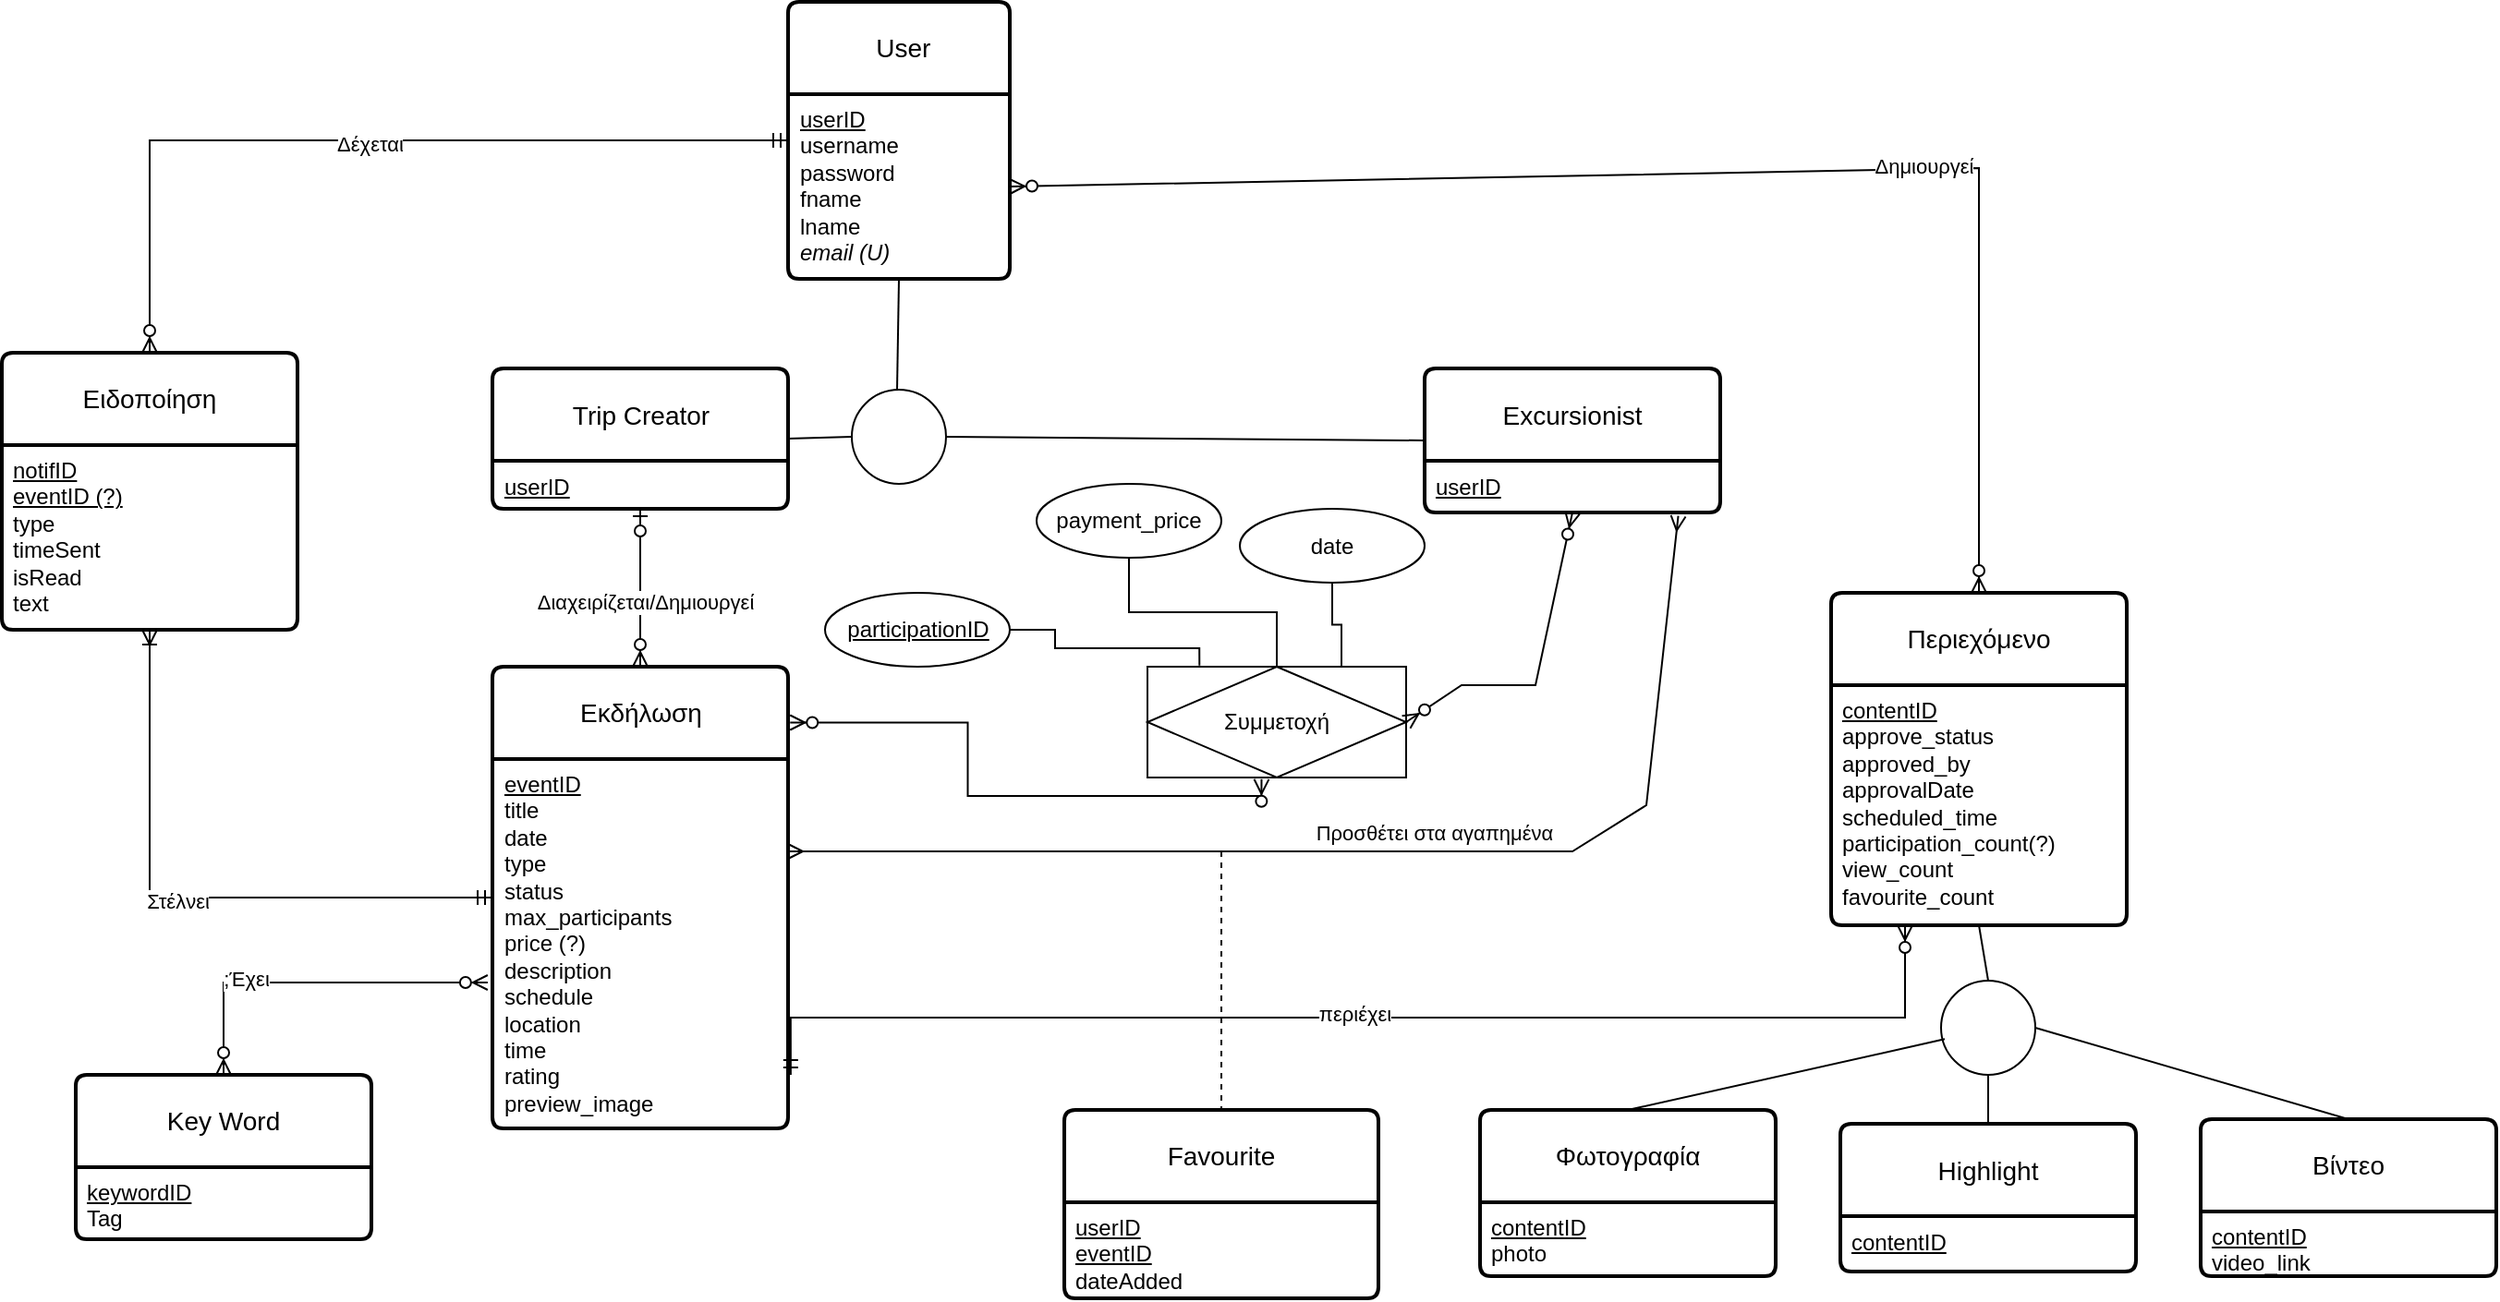
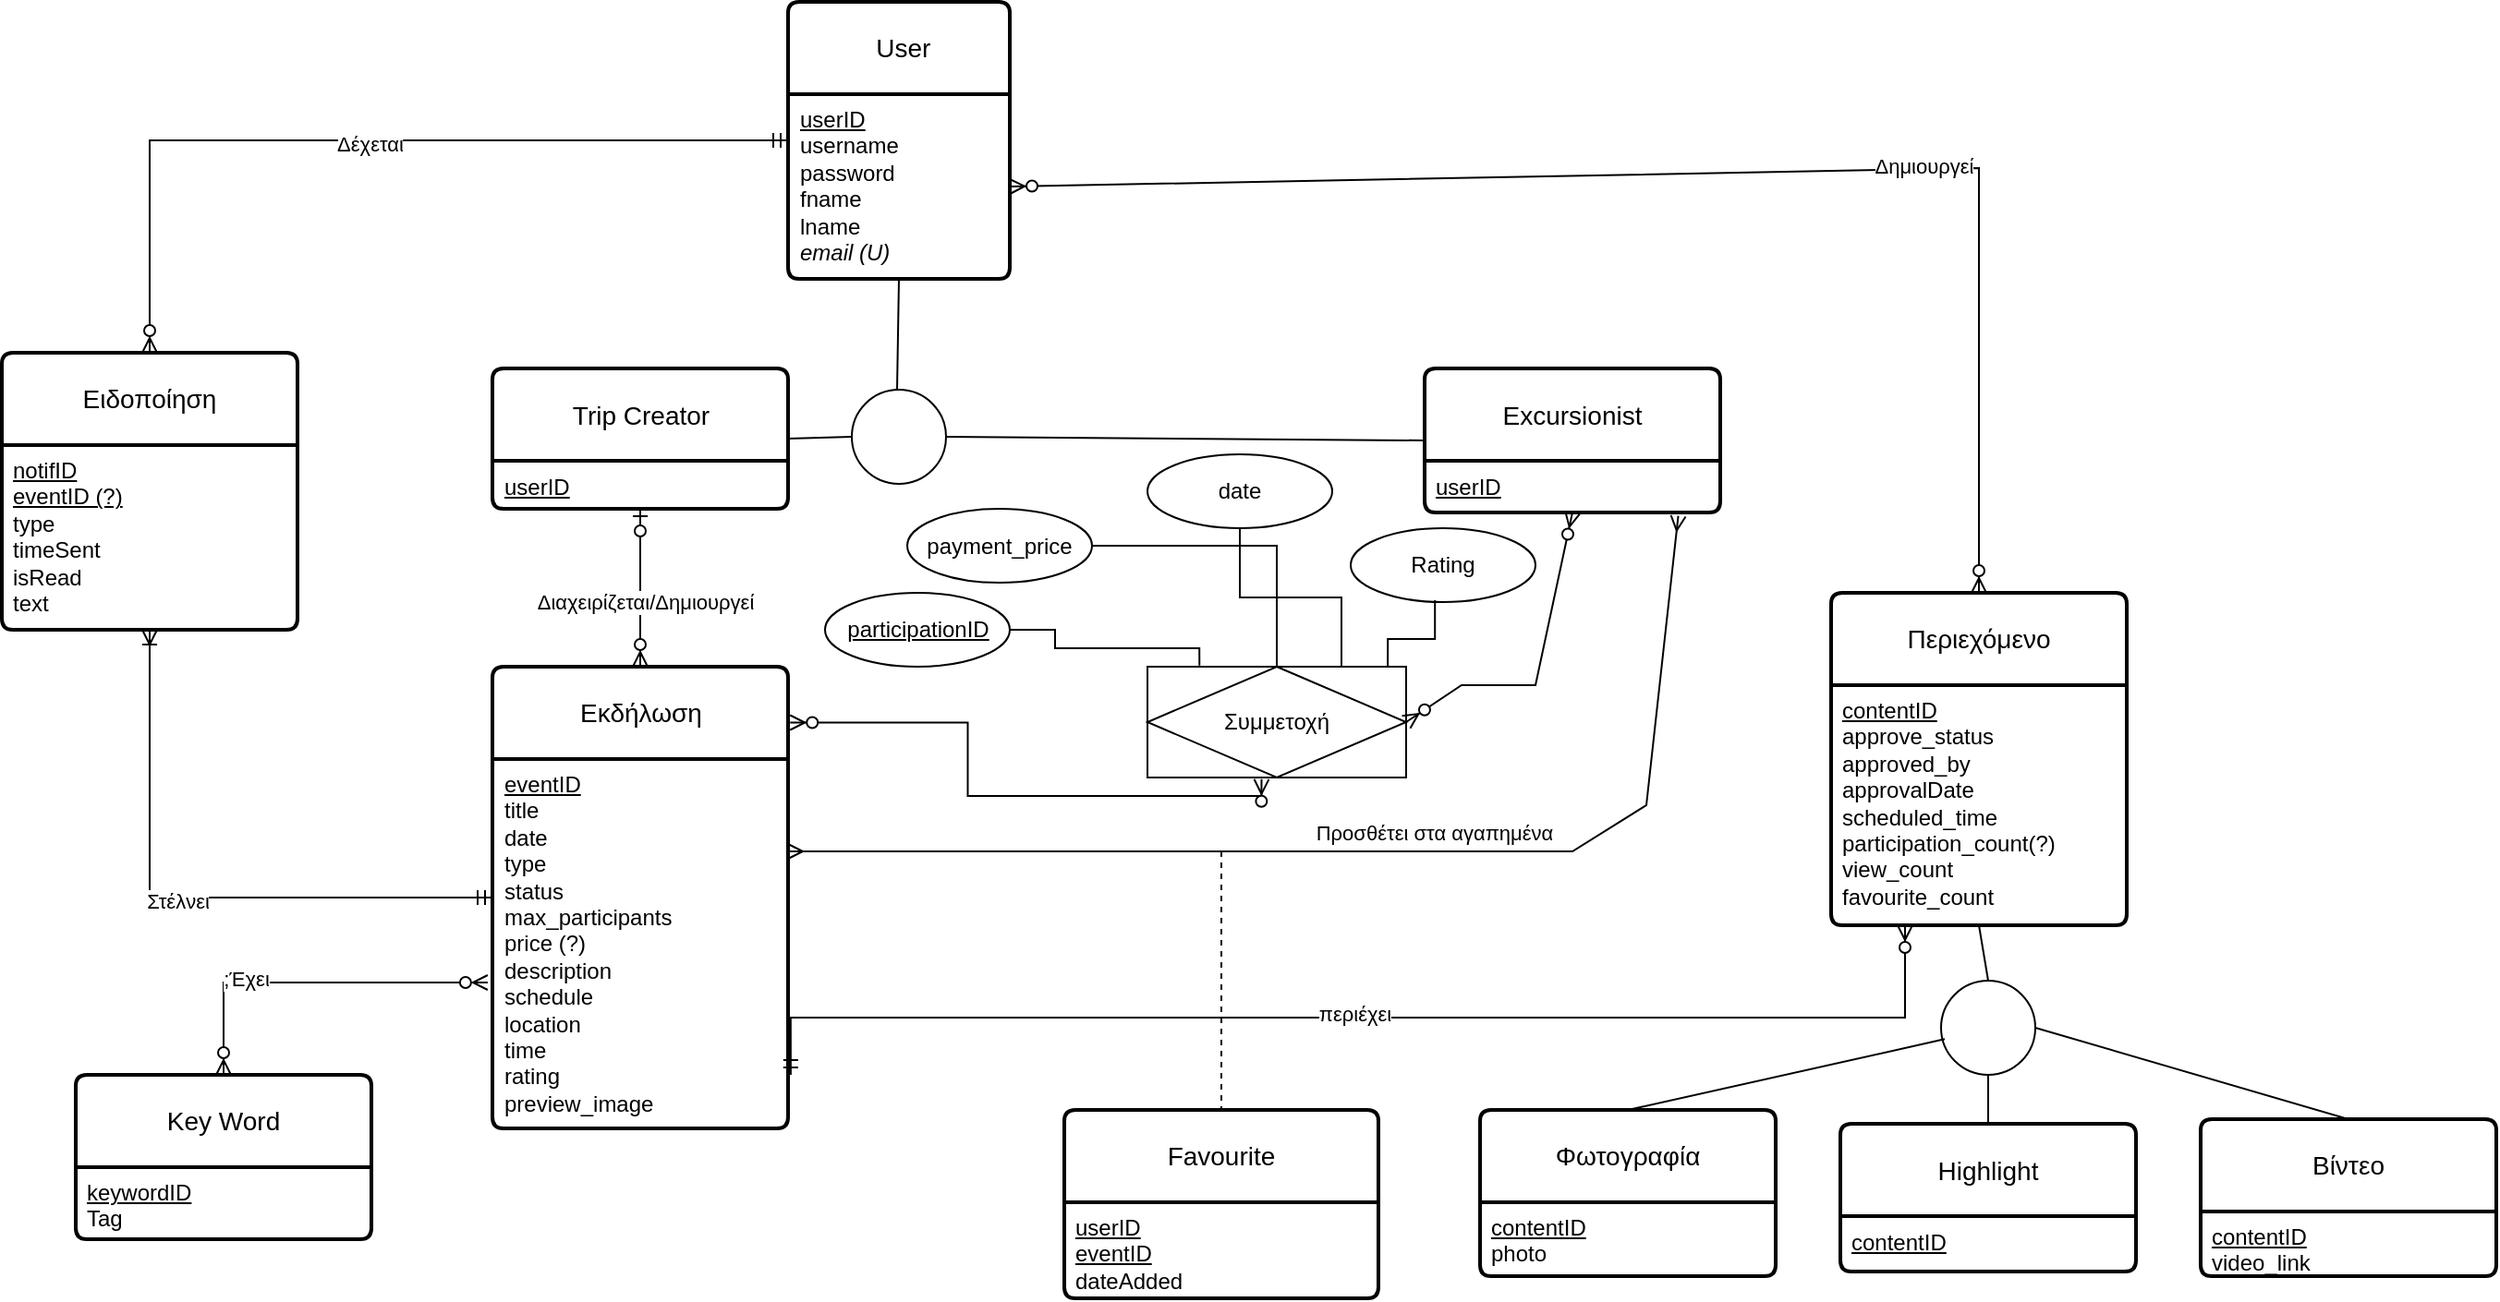
<mxfile host="app.diagrams.net">
  <diagram name="Page-1" id="q53p9GUQuWoW1YKivlUk">
-     <mxGraphModel dx="2550" dy="1652" grid="1" gridSize="10" guides="1" tooltips="1" connect="1" arrows="1" fold="1" page="1" pageScale="1" pageWidth="1169" pageHeight="827" background="none" math="0" shadow="0">
+     <mxGraphModel dx="3142" dy="2006" grid="1" gridSize="10" guides="1" tooltips="1" connect="1" arrows="1" fold="1" page="1" pageScale="1" pageWidth="1169" pageHeight="827" background="none" math="0" shadow="0">
      <root>
        <mxCell id="0" />
        <mxCell id="1" parent="0" />
        <mxCell id="v5uksEQKzkd4TbBIS9ur-1" parent="1" style="swimlane;childLayout=stackLayout;horizontal=1;startSize=50;horizontalStack=0;rounded=1;fontSize=14;fontStyle=0;strokeWidth=2;resizeParent=0;resizeLast=1;shadow=0;dashed=0;align=center;arcSize=4;whiteSpace=wrap;html=1;" value="&amp;nbsp;User" vertex="1">
          <mxGeometry height="150" width="120" x="165.5" y="-180" as="geometry">
            <mxRectangle height="50" width="80" x="200" y="480" as="alternateBounds" />
          </mxGeometry>
        </mxCell>
        <mxCell id="v5uksEQKzkd4TbBIS9ur-2" parent="v5uksEQKzkd4TbBIS9ur-1" style="align=left;strokeColor=none;fillColor=none;spacingLeft=4;spacingRight=4;fontSize=12;verticalAlign=top;resizable=0;rotatable=0;part=1;html=1;whiteSpace=wrap;" value="&lt;div&gt;&lt;u&gt;userID&lt;/u&gt;&lt;/div&gt;username&lt;div&gt;password&lt;/div&gt;&lt;div&gt;fname&lt;/div&gt;&lt;div&gt;lname&lt;/div&gt;&lt;div&gt;&lt;i&gt;email (U)&lt;/i&gt;&lt;/div&gt;" vertex="1">
          <mxGeometry height="100" width="120" y="50" as="geometry" />
        </mxCell>
        <mxCell id="v5uksEQKzkd4TbBIS9ur-9" parent="1" style="swimlane;childLayout=stackLayout;horizontal=1;startSize=50;horizontalStack=0;rounded=1;fontSize=14;fontStyle=0;strokeWidth=2;resizeParent=0;resizeLast=1;shadow=0;dashed=0;align=center;arcSize=4;whiteSpace=wrap;html=1;" value="Trip Creator" vertex="1">
          <mxGeometry height="76" width="160" x="5.5" y="18.5" as="geometry">
            <mxRectangle height="50" width="80" x="200" y="480" as="alternateBounds" />
          </mxGeometry>
        </mxCell>
        <mxCell id="v5uksEQKzkd4TbBIS9ur-10" parent="v5uksEQKzkd4TbBIS9ur-9" style="align=left;strokeColor=none;fillColor=none;spacingLeft=4;spacingRight=4;fontSize=12;verticalAlign=top;resizable=0;rotatable=0;part=1;html=1;whiteSpace=wrap;" value="&lt;u&gt;userID&lt;/u&gt;" vertex="1">
          <mxGeometry height="26" width="160" y="50" as="geometry" />
        </mxCell>
        <mxCell id="v5uksEQKzkd4TbBIS9ur-4" parent="1" style="ellipse;whiteSpace=wrap;html=1;aspect=fixed;" value="" vertex="1">
          <mxGeometry height="51" width="51" x="200" y="30" as="geometry" />
        </mxCell>
        <mxCell id="v5uksEQKzkd4TbBIS9ur-5" edge="1" parent="1" source="v5uksEQKzkd4TbBIS9ur-9" style="endArrow=none;html=1;rounded=0;exitX=1;exitY=0.5;exitDx=0;exitDy=0;entryX=0;entryY=0.5;entryDx=0;entryDy=0;" target="v5uksEQKzkd4TbBIS9ur-4" value="">
          <mxGeometry height="50" relative="1" width="50" as="geometry">
            <mxPoint x="157" y="122" as="sourcePoint" />
            <mxPoint x="207" y="72" as="targetPoint" />
          </mxGeometry>
        </mxCell>
        <mxCell id="v5uksEQKzkd4TbBIS9ur-6" edge="1" parent="1" source="v5uksEQKzkd4TbBIS9ur-15" style="endArrow=none;html=1;rounded=0;exitX=0;exitY=0.5;exitDx=0;exitDy=0;entryX=1;entryY=0.5;entryDx=0;entryDy=0;" target="v5uksEQKzkd4TbBIS9ur-4" value="">
          <mxGeometry height="50" relative="1" width="50" as="geometry">
            <mxPoint x="292" y="124" as="sourcePoint" />
            <mxPoint x="244" y="72" as="targetPoint" />
          </mxGeometry>
        </mxCell>
        <mxCell id="v5uksEQKzkd4TbBIS9ur-7" edge="1" parent="1" style="endArrow=none;html=1;rounded=0;entryX=0.5;entryY=1;entryDx=0;entryDy=0;" target="v5uksEQKzkd4TbBIS9ur-2" value="">
          <mxGeometry height="50" relative="1" width="50" as="geometry">
            <mxPoint x="224.5" y="30" as="sourcePoint" />
            <mxPoint x="224" y="20" as="targetPoint" />
          </mxGeometry>
        </mxCell>
        <mxCell id="v5uksEQKzkd4TbBIS9ur-15" parent="1" style="swimlane;childLayout=stackLayout;horizontal=1;startSize=50;horizontalStack=0;rounded=1;fontSize=14;fontStyle=0;strokeWidth=2;resizeParent=0;resizeLast=1;shadow=0;dashed=0;align=center;arcSize=4;whiteSpace=wrap;html=1;" value="Excursionist" vertex="1">
          <mxGeometry height="78" width="160" x="510" y="18.5" as="geometry">
            <mxRectangle height="50" width="80" x="200" y="480" as="alternateBounds" />
          </mxGeometry>
        </mxCell>
        <mxCell id="v5uksEQKzkd4TbBIS9ur-16" parent="v5uksEQKzkd4TbBIS9ur-15" style="align=left;strokeColor=none;fillColor=none;spacingLeft=4;spacingRight=4;fontSize=12;verticalAlign=top;resizable=0;rotatable=0;part=1;html=1;whiteSpace=wrap;" value="&lt;u&gt;userID&lt;/u&gt;" vertex="1">
          <mxGeometry height="28" width="160" y="50" as="geometry" />
        </mxCell>
        <mxCell id="v5uksEQKzkd4TbBIS9ur-21" edge="1" parent="1" source="v5uksEQKzkd4TbBIS9ur-10" style="fontSize=12;html=1;endArrow=ERzeroToMany;startArrow=ERzeroToOne;rounded=0;exitX=0.5;exitY=1;exitDx=0;exitDy=0;entryX=0.5;entryY=0;entryDx=0;entryDy=0;" target="v5uksEQKzkd4TbBIS9ur-34" value="">
          <mxGeometry height="100" relative="1" width="100" as="geometry">
            <Array as="points" />
            <mxPoint x="130" y="290" as="sourcePoint" />
            <mxPoint x="120" y="340" as="targetPoint" />
          </mxGeometry>
        </mxCell>
        <mxCell id="v5uksEQKzkd4TbBIS9ur-36" connectable="0" parent="v5uksEQKzkd4TbBIS9ur-21" style="edgeLabel;html=1;align=center;verticalAlign=middle;resizable=0;points=[];" value="Διαχειρίζεται/Δημιουργεί" vertex="1">
          <mxGeometry relative="1" x="0.1778" y="2" as="geometry">
            <mxPoint as="offset" />
          </mxGeometry>
        </mxCell>
        <mxCell id="v5uksEQKzkd4TbBIS9ur-34" parent="1" style="swimlane;childLayout=stackLayout;horizontal=1;startSize=50;horizontalStack=0;rounded=1;fontSize=14;fontStyle=0;strokeWidth=2;resizeParent=0;resizeLast=1;shadow=0;dashed=0;align=center;arcSize=4;whiteSpace=wrap;html=1;" value="Εκδήλωση" vertex="1">
          <mxGeometry height="250" width="160" x="5.5" y="180" as="geometry">
            <mxRectangle height="50" width="80" x="200" y="480" as="alternateBounds" />
          </mxGeometry>
        </mxCell>
        <mxCell id="v5uksEQKzkd4TbBIS9ur-35" parent="v5uksEQKzkd4TbBIS9ur-34" style="align=left;strokeColor=none;fillColor=none;spacingLeft=4;spacingRight=4;fontSize=12;verticalAlign=top;resizable=0;rotatable=0;part=1;html=1;whiteSpace=wrap;" value="&lt;u&gt;eventID&lt;br&gt;&lt;/u&gt;title&lt;br&gt;date&lt;div&gt;type&lt;/div&gt;&lt;div&gt;status&lt;/div&gt;&lt;div&gt;max_participants&lt;/div&gt;&lt;div&gt;price (?)&lt;/div&gt;&lt;div&gt;description&lt;/div&gt;&lt;div&gt;schedule&lt;/div&gt;&lt;div&gt;location&lt;/div&gt;&lt;div&gt;time&lt;/div&gt;&lt;div&gt;rating&lt;/div&gt;&lt;div&gt;preview_image&lt;/div&gt;" vertex="1">
          <mxGeometry height="200" width="160" y="50" as="geometry" />
        </mxCell>
        <mxCell id="v5uksEQKzkd4TbBIS9ur-42" edge="1" parent="1" source="v5uksEQKzkd4TbBIS9ur-35" style="fontSize=12;html=1;endArrow=ERmany;startArrow=ERmany;rounded=0;entryX=0.858;entryY=1.066;entryDx=0;entryDy=0;entryPerimeter=0;exitX=1;exitY=0.25;exitDx=0;exitDy=0;" target="v5uksEQKzkd4TbBIS9ur-16" value="">
          <mxGeometry height="100" relative="1" width="100" as="geometry">
            <Array as="points">
              <mxPoint x="590" y="280" />
              <mxPoint x="630" y="255" />
            </Array>
            <mxPoint x="510" y="255" as="sourcePoint" />
            <mxPoint x="320" y="250" as="targetPoint" />
          </mxGeometry>
        </mxCell>
        <mxCell id="v5uksEQKzkd4TbBIS9ur-79" connectable="0" parent="v5uksEQKzkd4TbBIS9ur-42" style="edgeLabel;html=1;align=center;verticalAlign=middle;resizable=0;points=[];" value="Προσθέτει στα αγαπημένα" vertex="1">
          <mxGeometry relative="1" x="0.1567" y="2" as="geometry">
            <mxPoint x="-15" y="-8" as="offset" />
          </mxGeometry>
        </mxCell>
        <mxCell id="v5uksEQKzkd4TbBIS9ur-47" parent="1" style="shape=associativeEntity;whiteSpace=wrap;html=1;align=center;" value="Συμμετοχή" vertex="1">
          <mxGeometry height="60" width="140" x="360" y="180" as="geometry" />
        </mxCell>
        <mxCell id="v5uksEQKzkd4TbBIS9ur-48" edge="1" parent="1" source="v5uksEQKzkd4TbBIS9ur-47" style="fontSize=12;html=1;endArrow=ERzeroToMany;endFill=1;startArrow=ERzeroToMany;rounded=0;entryX=0.5;entryY=1;entryDx=0;entryDy=0;exitX=1;exitY=0.5;exitDx=0;exitDy=0;" target="v5uksEQKzkd4TbBIS9ur-16" value="">
          <mxGeometry height="100" relative="1" width="100" as="geometry">
            <Array as="points">
              <mxPoint x="530" y="190" />
              <mxPoint x="570" y="190" />
            </Array>
            <mxPoint x="180" y="360" as="sourcePoint" />
            <mxPoint x="280" y="260" as="targetPoint" />
          </mxGeometry>
        </mxCell>
        <mxCell id="v5uksEQKzkd4TbBIS9ur-49" edge="1" parent="1" source="v5uksEQKzkd4TbBIS9ur-34" style="edgeStyle=orthogonalEdgeStyle;fontSize=12;html=1;endArrow=ERzeroToMany;endFill=1;startArrow=ERzeroToMany;rounded=0;elbow=vertical;strokeColor=default;entryX=0.441;entryY=1.015;entryDx=0;entryDy=0;entryPerimeter=0;exitX=1.007;exitY=0.121;exitDx=0;exitDy=0;exitPerimeter=0;" target="v5uksEQKzkd4TbBIS9ur-47" value="">
          <mxGeometry height="100" relative="1" width="100" as="geometry">
            <mxPoint x="199.9999999999999" y="409.20000000000005" as="sourcePoint" />
            <mxPoint x="310" y="330" as="targetPoint" />
          </mxGeometry>
        </mxCell>
        <mxCell id="v5uksEQKzkd4TbBIS9ur-51" parent="1" style="swimlane;childLayout=stackLayout;horizontal=1;startSize=50;horizontalStack=0;rounded=1;fontSize=14;fontStyle=0;strokeWidth=2;resizeParent=0;resizeLast=1;shadow=0;dashed=0;align=center;arcSize=4;whiteSpace=wrap;html=1;" value="Περιεχόμενο" vertex="1">
          <mxGeometry height="180" width="160" x="730" y="140" as="geometry">
            <mxRectangle height="50" width="80" x="200" y="480" as="alternateBounds" />
          </mxGeometry>
        </mxCell>
        <mxCell id="v5uksEQKzkd4TbBIS9ur-52" parent="v5uksEQKzkd4TbBIS9ur-51" style="align=left;strokeColor=none;fillColor=none;spacingLeft=4;spacingRight=4;fontSize=12;verticalAlign=top;resizable=0;rotatable=0;part=1;html=1;whiteSpace=wrap;" value="&lt;u&gt;contentID&lt;/u&gt;&lt;div&gt;approve_status&lt;/div&gt;&lt;div&gt;approved_by&lt;/div&gt;&lt;div&gt;approvalDate&lt;br&gt;&lt;div&gt;scheduled_time&lt;/div&gt;&lt;div&gt;participation_count(?)&lt;/div&gt;&lt;div&gt;view_count&lt;/div&gt;&lt;div&gt;favourite_count&lt;/div&gt;&lt;/div&gt;" vertex="1">
          <mxGeometry height="130" width="160" y="50" as="geometry" />
        </mxCell>
        <mxCell id="v5uksEQKzkd4TbBIS9ur-55" parent="1" style="ellipse;whiteSpace=wrap;html=1;aspect=fixed;" value="" vertex="1">
          <mxGeometry height="51" width="51" x="789.5" y="350" as="geometry" />
        </mxCell>
        <mxCell id="v5uksEQKzkd4TbBIS9ur-56" edge="1" parent="1" source="v5uksEQKzkd4TbBIS9ur-60" style="endArrow=none;html=1;rounded=0;exitX=0.5;exitY=0;exitDx=0;exitDy=0;entryX=0.039;entryY=0.621;entryDx=0;entryDy=0;entryPerimeter=0;" target="v5uksEQKzkd4TbBIS9ur-55" value="">
          <mxGeometry height="50" relative="1" width="50" as="geometry">
            <mxPoint x="751" y="442" as="sourcePoint" />
            <mxPoint x="801" y="392" as="targetPoint" />
          </mxGeometry>
        </mxCell>
        <mxCell id="v5uksEQKzkd4TbBIS9ur-57" edge="1" parent="1" source="v5uksEQKzkd4TbBIS9ur-68" style="endArrow=none;html=1;rounded=0;exitX=0.5;exitY=0;exitDx=0;exitDy=0;entryX=1;entryY=0.5;entryDx=0;entryDy=0;" target="v5uksEQKzkd4TbBIS9ur-55" value="">
          <mxGeometry height="50" relative="1" width="50" as="geometry">
            <mxPoint x="960" y="410" as="sourcePoint" />
            <mxPoint x="838" y="392" as="targetPoint" />
          </mxGeometry>
        </mxCell>
        <mxCell id="v5uksEQKzkd4TbBIS9ur-58" edge="1" parent="1" source="v5uksEQKzkd4TbBIS9ur-55" style="endArrow=none;html=1;rounded=0;entryX=0.5;entryY=1;entryDx=0;entryDy=0;exitX=0.5;exitY=0;exitDx=0;exitDy=0;" target="v5uksEQKzkd4TbBIS9ur-52" value="">
          <mxGeometry height="50" relative="1" width="50" as="geometry">
            <mxPoint x="320" y="480" as="sourcePoint" />
            <mxPoint x="319" y="450" as="targetPoint" />
          </mxGeometry>
        </mxCell>
        <mxCell id="v5uksEQKzkd4TbBIS9ur-60" parent="1" style="swimlane;childLayout=stackLayout;horizontal=1;startSize=50;horizontalStack=0;rounded=1;fontSize=14;fontStyle=0;strokeWidth=2;resizeParent=0;resizeLast=1;shadow=0;dashed=0;align=center;arcSize=4;whiteSpace=wrap;html=1;" value="Φωτογραφία" vertex="1">
          <mxGeometry height="90" width="160" x="540" y="420" as="geometry">
            <mxRectangle height="50" width="80" x="200" y="480" as="alternateBounds" />
          </mxGeometry>
        </mxCell>
        <mxCell id="v5uksEQKzkd4TbBIS9ur-61" parent="v5uksEQKzkd4TbBIS9ur-60" style="align=left;strokeColor=none;fillColor=none;spacingLeft=4;spacingRight=4;fontSize=12;verticalAlign=top;resizable=0;rotatable=0;part=1;html=1;whiteSpace=wrap;" value="&lt;u&gt;contentID&lt;/u&gt;&lt;br&gt;photo&lt;div&gt;&lt;br/&gt;&lt;/div&gt;" vertex="1">
          <mxGeometry height="40" width="160" y="50" as="geometry" />
        </mxCell>
        <mxCell id="v5uksEQKzkd4TbBIS9ur-62" parent="1" style="swimlane;childLayout=stackLayout;horizontal=1;startSize=50;horizontalStack=0;rounded=1;fontSize=14;fontStyle=0;strokeWidth=2;resizeParent=0;resizeLast=1;shadow=0;dashed=0;align=center;arcSize=4;whiteSpace=wrap;html=1;" value="Highlight" vertex="1">
          <mxGeometry height="80" width="160" x="735" y="427.5" as="geometry">
            <mxRectangle height="50" width="80" x="200" y="480" as="alternateBounds" />
          </mxGeometry>
        </mxCell>
        <mxCell id="v5uksEQKzkd4TbBIS9ur-63" parent="v5uksEQKzkd4TbBIS9ur-62" style="align=left;strokeColor=none;fillColor=none;spacingLeft=4;spacingRight=4;fontSize=12;verticalAlign=top;resizable=0;rotatable=0;part=1;html=1;whiteSpace=wrap;" value="&lt;u&gt;contentID&lt;/u&gt;" vertex="1">
          <mxGeometry height="30" width="160" y="50" as="geometry" />
        </mxCell>
        <mxCell id="v5uksEQKzkd4TbBIS9ur-66" edge="1" parent="1" source="v5uksEQKzkd4TbBIS9ur-62" style="endArrow=none;html=1;rounded=0;exitX=0.5;exitY=0;exitDx=0;exitDy=0;entryX=0.5;entryY=1;entryDx=0;entryDy=0;" target="v5uksEQKzkd4TbBIS9ur-55" value="">
          <mxGeometry height="50" relative="1" width="50" as="geometry">
            <mxPoint x="840" y="428" as="sourcePoint" />
            <mxPoint x="1021" y="400" as="targetPoint" />
          </mxGeometry>
        </mxCell>
        <mxCell id="v5uksEQKzkd4TbBIS9ur-68" parent="1" style="swimlane;childLayout=stackLayout;horizontal=1;startSize=50;horizontalStack=0;rounded=1;fontSize=14;fontStyle=0;strokeWidth=2;resizeParent=0;resizeLast=1;shadow=0;dashed=0;align=center;arcSize=4;whiteSpace=wrap;html=1;" value="Βίντεο" vertex="1">
          <mxGeometry height="85" width="160" x="930" y="425" as="geometry">
            <mxRectangle height="50" width="80" x="200" y="480" as="alternateBounds" />
          </mxGeometry>
        </mxCell>
        <mxCell id="v5uksEQKzkd4TbBIS9ur-69" parent="v5uksEQKzkd4TbBIS9ur-68" style="align=left;strokeColor=none;fillColor=none;spacingLeft=4;spacingRight=4;fontSize=12;verticalAlign=top;resizable=0;rotatable=0;part=1;html=1;whiteSpace=wrap;" value="&lt;u&gt;contentID&lt;/u&gt;&lt;div&gt;video_link&lt;/div&gt;" vertex="1">
          <mxGeometry height="35" width="160" y="50" as="geometry" />
        </mxCell>
        <mxCell id="v5uksEQKzkd4TbBIS9ur-70" edge="1" parent="1" source="v5uksEQKzkd4TbBIS9ur-35" style="edgeStyle=orthogonalEdgeStyle;fontSize=12;html=1;endArrow=ERzeroToMany;startArrow=ERmandOne;rounded=0;exitX=1.009;exitY=0.855;exitDx=0;exitDy=0;entryX=0.25;entryY=1;entryDx=0;entryDy=0;exitPerimeter=0;" target="v5uksEQKzkd4TbBIS9ur-52" value="">
          <mxGeometry height="100" relative="1" width="100" as="geometry">
            <Array as="points">
              <mxPoint x="167" y="370" />
              <mxPoint x="770" y="370" />
            </Array>
            <mxPoint x="165.5" y="466" as="sourcePoint" />
            <mxPoint x="726.96" y="300" as="targetPoint" />
          </mxGeometry>
        </mxCell>
        <mxCell id="v5uksEQKzkd4TbBIS9ur-77" connectable="0" parent="v5uksEQKzkd4TbBIS9ur-70" style="edgeLabel;html=1;align=center;verticalAlign=middle;resizable=0;points=[];" value="περιέχει" vertex="1">
          <mxGeometry relative="1" x="-0.0185" y="2" as="geometry">
            <mxPoint as="offset" />
          </mxGeometry>
        </mxCell>
        <mxCell id="v5uksEQKzkd4TbBIS9ur-72" edge="1" parent="1" source="v5uksEQKzkd4TbBIS9ur-2" style="fontSize=12;html=1;endArrow=ERzeroToMany;endFill=1;startArrow=ERzeroToMany;rounded=0;exitX=1;exitY=0.5;exitDx=0;exitDy=0;entryX=0.5;entryY=0;entryDx=0;entryDy=0;" target="v5uksEQKzkd4TbBIS9ur-51" value="">
          <mxGeometry height="100" relative="1" width="100" as="geometry">
            <Array as="points">
              <mxPoint x="810" y="-90" />
              <mxPoint x="810" y="20" />
            </Array>
            <mxPoint x="380" y="300" as="sourcePoint" />
            <mxPoint x="750" y="400" as="targetPoint" />
          </mxGeometry>
        </mxCell>
        <mxCell id="v5uksEQKzkd4TbBIS9ur-78" connectable="0" parent="v5uksEQKzkd4TbBIS9ur-72" style="edgeLabel;html=1;align=center;verticalAlign=middle;resizable=0;points=[];" value="Δημιουργεί" vertex="1">
          <mxGeometry relative="1" x="0.3095" y="2" as="geometry">
            <mxPoint as="offset" />
          </mxGeometry>
        </mxCell>
        <mxCell id="v5uksEQKzkd4TbBIS9ur-80" parent="1" style="ellipse;whiteSpace=wrap;html=1;align=center;fontStyle=4;" value="participationID" vertex="1">
          <mxGeometry height="40" width="100" x="185.5" y="140" as="geometry" />
        </mxCell>
        <mxCell id="v5uksEQKzkd4TbBIS9ur-81" edge="1" parent="1" source="v5uksEQKzkd4TbBIS9ur-80" style="edgeStyle=orthogonalEdgeStyle;rounded=0;orthogonalLoop=1;jettySize=auto;html=1;entryX=0.201;entryY=-0.01;entryDx=0;entryDy=0;entryPerimeter=0;strokeColor=default;endArrow=none;endFill=0;exitX=1;exitY=0.5;exitDx=0;exitDy=0;" target="v5uksEQKzkd4TbBIS9ur-47">
          <mxGeometry relative="1" as="geometry">
            <Array as="points">
              <mxPoint x="310" y="160" />
              <mxPoint x="310" y="170" />
              <mxPoint x="388" y="170" />
            </Array>
          </mxGeometry>
        </mxCell>
        <mxCell id="v5uksEQKzkd4TbBIS9ur-82" parent="1" style="ellipse;whiteSpace=wrap;html=1;align=center;" value="payment_price" vertex="1">
-           <mxGeometry height="40" width="100" x="300" y="81" as="geometry" />
+           <mxGeometry height="40" width="100" x="230" y="94.5" as="geometry" />
        </mxCell>
        <mxCell id="v5uksEQKzkd4TbBIS9ur-83" edge="1" parent="1" source="v5uksEQKzkd4TbBIS9ur-82" style="edgeStyle=orthogonalEdgeStyle;rounded=0;orthogonalLoop=1;jettySize=auto;html=1;entryX=0.5;entryY=0;entryDx=0;entryDy=0;endArrow=none;endFill=0;startArrow=none;startFill=0;" target="v5uksEQKzkd4TbBIS9ur-47">
          <mxGeometry relative="1" as="geometry" />
        </mxCell>
        <mxCell id="v5uksEQKzkd4TbBIS9ur-85" edge="1" parent="1" source="v5uksEQKzkd4TbBIS9ur-84" style="edgeStyle=orthogonalEdgeStyle;rounded=0;orthogonalLoop=1;jettySize=auto;html=1;entryX=0.75;entryY=0;entryDx=0;entryDy=0;endArrow=none;endFill=0;" target="v5uksEQKzkd4TbBIS9ur-47">
          <mxGeometry relative="1" as="geometry" />
        </mxCell>
        <mxCell id="v5uksEQKzkd4TbBIS9ur-84" parent="1" style="ellipse;whiteSpace=wrap;html=1;align=center;" value="date" vertex="1">
-           <mxGeometry height="40" width="100" x="410" y="94.5" as="geometry" />
+           <mxGeometry height="40" width="100" x="360" y="65" as="geometry" />
        </mxCell>
        <mxCell id="v5uksEQKzkd4TbBIS9ur-86" parent="1" style="swimlane;childLayout=stackLayout;horizontal=1;startSize=50;horizontalStack=0;rounded=1;fontSize=14;fontStyle=0;strokeWidth=2;resizeParent=0;resizeLast=1;shadow=0;dashed=0;align=center;arcSize=4;whiteSpace=wrap;html=1;" value="Ειδοποίηση" vertex="1">
          <mxGeometry height="150" width="160" x="-260" y="10" as="geometry">
            <mxRectangle height="50" width="80" x="200" y="480" as="alternateBounds" />
          </mxGeometry>
        </mxCell>
        <mxCell id="v5uksEQKzkd4TbBIS9ur-87" parent="v5uksEQKzkd4TbBIS9ur-86" style="align=left;strokeColor=none;fillColor=none;spacingLeft=4;spacingRight=4;fontSize=12;verticalAlign=top;resizable=0;rotatable=0;part=1;html=1;whiteSpace=wrap;" value="&lt;u&gt;notifID&lt;/u&gt;&lt;div&gt;&lt;u&gt;eventID (?)&lt;br&gt;&lt;/u&gt;&lt;div&gt;type&lt;/div&gt;&lt;div&gt;timeSent&lt;/div&gt;&lt;div&gt;isRead&lt;/div&gt;&lt;div&gt;text&lt;/div&gt;&lt;/div&gt;" vertex="1">
          <mxGeometry height="100" width="160" y="50" as="geometry" />
        </mxCell>
        <mxCell id="v5uksEQKzkd4TbBIS9ur-88" edge="1" parent="1" source="v5uksEQKzkd4TbBIS9ur-1" style="edgeStyle=orthogonalEdgeStyle;fontSize=12;html=1;endArrow=ERzeroToMany;startArrow=ERmandOne;rounded=0;exitX=0;exitY=0.5;exitDx=0;exitDy=0;entryX=0.5;entryY=0;entryDx=0;entryDy=0;" target="v5uksEQKzkd4TbBIS9ur-86" value="">
          <mxGeometry height="100" relative="1" width="100" as="geometry">
            <mxPoint x="-30" y="180" as="sourcePoint" />
            <mxPoint x="70" y="80" as="targetPoint" />
          </mxGeometry>
        </mxCell>
        <mxCell id="v5uksEQKzkd4TbBIS9ur-91" connectable="0" parent="v5uksEQKzkd4TbBIS9ur-88" style="edgeLabel;html=1;align=center;verticalAlign=middle;resizable=0;points=[];" value="Δέχεται" vertex="1">
          <mxGeometry relative="1" x="-0.0134" y="2" as="geometry">
            <mxPoint as="offset" />
          </mxGeometry>
        </mxCell>
        <mxCell id="v5uksEQKzkd4TbBIS9ur-93" edge="1" parent="1" source="v5uksEQKzkd4TbBIS9ur-34" style="edgeStyle=orthogonalEdgeStyle;fontSize=12;html=1;endArrow=ERoneToMany;startArrow=ERmandOne;rounded=0;exitX=0;exitY=0.5;exitDx=0;exitDy=0;entryX=0.5;entryY=1;entryDx=0;entryDy=0;" target="v5uksEQKzkd4TbBIS9ur-87" value="">
          <mxGeometry height="100" relative="1" width="100" as="geometry">
            <mxPoint x="-240" y="280" as="sourcePoint" />
            <mxPoint x="-140" y="180" as="targetPoint" />
          </mxGeometry>
        </mxCell>
        <mxCell id="v5uksEQKzkd4TbBIS9ur-94" connectable="0" parent="v5uksEQKzkd4TbBIS9ur-93" style="edgeLabel;html=1;align=center;verticalAlign=middle;resizable=0;points=[];" value="Στέλνει" vertex="1">
          <mxGeometry relative="1" x="0.0337" y="2" as="geometry">
            <mxPoint as="offset" />
          </mxGeometry>
        </mxCell>
        <mxCell id="v5uksEQKzkd4TbBIS9ur-95" parent="1" style="swimlane;childLayout=stackLayout;horizontal=1;startSize=50;horizontalStack=0;rounded=1;fontSize=14;fontStyle=0;strokeWidth=2;resizeParent=0;resizeLast=1;shadow=0;dashed=0;align=center;arcSize=4;whiteSpace=wrap;html=1;" value="Key Word" vertex="1">
          <mxGeometry height="89" width="160" x="-220" y="401" as="geometry">
            <mxRectangle height="50" width="80" x="200" y="480" as="alternateBounds" />
          </mxGeometry>
        </mxCell>
        <mxCell id="v5uksEQKzkd4TbBIS9ur-96" parent="v5uksEQKzkd4TbBIS9ur-95" style="align=left;strokeColor=none;fillColor=none;spacingLeft=4;spacingRight=4;fontSize=12;verticalAlign=top;resizable=0;rotatable=0;part=1;html=1;whiteSpace=wrap;" value="&lt;u&gt;keywordID&lt;/u&gt;&lt;br&gt;&lt;div&gt;Tag&lt;/div&gt;" vertex="1">
          <mxGeometry height="39" width="160" y="50" as="geometry" />
        </mxCell>
        <mxCell id="v5uksEQKzkd4TbBIS9ur-98" edge="1" parent="1" source="v5uksEQKzkd4TbBIS9ur-95" style="edgeStyle=orthogonalEdgeStyle;fontSize=12;html=1;endArrow=ERzeroToMany;endFill=1;startArrow=ERzeroToMany;rounded=0;exitX=0.5;exitY=0;exitDx=0;exitDy=0;entryX=-0.016;entryY=0.605;entryDx=0;entryDy=0;entryPerimeter=0;" target="v5uksEQKzkd4TbBIS9ur-35" value="">
          <mxGeometry height="100" relative="1" width="100" as="geometry">
            <mxPoint x="-160" y="390" as="sourcePoint" />
            <mxPoint x="-60" y="290" as="targetPoint" />
          </mxGeometry>
        </mxCell>
        <mxCell id="v5uksEQKzkd4TbBIS9ur-99" connectable="0" parent="v5uksEQKzkd4TbBIS9ur-98" style="edgeLabel;html=1;align=center;verticalAlign=middle;resizable=0;points=[];" value=";Έχει" vertex="1">
          <mxGeometry relative="1" x="-0.3573" y="2" as="geometry">
            <mxPoint as="offset" />
          </mxGeometry>
        </mxCell>
        <mxCell id="v5uksEQKzkd4TbBIS9ur-100" parent="1" style="swimlane;childLayout=stackLayout;horizontal=1;startSize=50;horizontalStack=0;rounded=1;fontSize=14;fontStyle=0;strokeWidth=2;resizeParent=0;resizeLast=1;shadow=0;dashed=0;align=center;arcSize=4;whiteSpace=wrap;html=1;" value="Favourite" vertex="1">
          <mxGeometry height="102" width="170" x="315" y="420" as="geometry">
            <mxRectangle height="50" width="80" x="200" y="480" as="alternateBounds" />
          </mxGeometry>
        </mxCell>
        <mxCell id="v5uksEQKzkd4TbBIS9ur-101" parent="v5uksEQKzkd4TbBIS9ur-100" style="align=left;strokeColor=none;fillColor=none;spacingLeft=4;spacingRight=4;fontSize=12;verticalAlign=top;resizable=0;rotatable=0;part=1;html=1;whiteSpace=wrap;" value="&lt;div&gt;&lt;u&gt;userID&lt;/u&gt;&lt;/div&gt;&lt;div&gt;&lt;u&gt;eventID&lt;/u&gt;&lt;/div&gt;&lt;div&gt;dateAdded&lt;/div&gt;" vertex="1">
          <mxGeometry height="52" width="170" y="50" as="geometry" />
        </mxCell>
        <mxCell id="v5uksEQKzkd4TbBIS9ur-102" edge="1" parent="1" style="endArrow=none;html=1;rounded=0;entryX=0.5;entryY=0;entryDx=0;entryDy=0;dashed=1;" target="v5uksEQKzkd4TbBIS9ur-100" value="">
          <mxGeometry relative="1" as="geometry">
            <mxPoint x="400" y="280" as="sourcePoint" />
            <mxPoint x="480" y="320" as="targetPoint" />
          </mxGeometry>
        </mxCell>
+         <mxCell id="v5uksEQKzkd4TbBIS9ur-105" parent="1" style="ellipse;whiteSpace=wrap;html=1;align=center;" value="Rating" vertex="1">
+           <mxGeometry height="40" width="100" x="470" y="105" as="geometry" />
+         </mxCell>
+         <mxCell id="v5uksEQKzkd4TbBIS9ur-106" edge="1" parent="1" source="v5uksEQKzkd4TbBIS9ur-105" style="edgeStyle=orthogonalEdgeStyle;rounded=0;orthogonalLoop=1;jettySize=auto;html=1;entryX=0.929;entryY=0;entryDx=0;entryDy=0;endArrow=none;endFill=0;exitX=0.456;exitY=0.975;exitDx=0;exitDy=0;exitPerimeter=0;entryPerimeter=0;" target="v5uksEQKzkd4TbBIS9ur-47">
+           <mxGeometry relative="1" as="geometry">
+             <mxPoint x="510" y="170" as="sourcePoint" />
+             <mxPoint x="565" y="245" as="targetPoint" />
+           </mxGeometry>
+         </mxCell>
      </root>
    </mxGraphModel>
  </diagram>
</mxfile>
